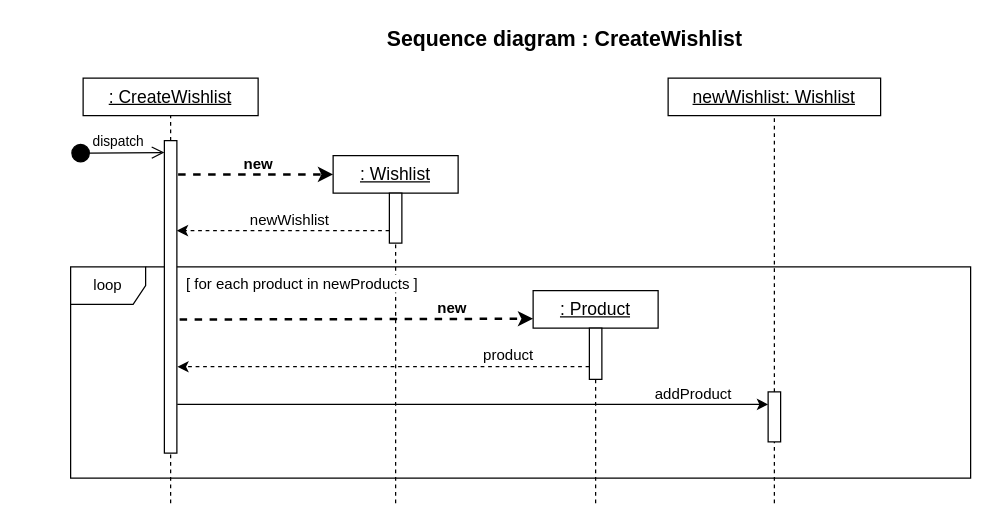
NNepper/LSINF1225-2020-GroupeL1.1-WishList keeps this draw.io diagram as Diagrammes/SequenceDiagrams/createWishlist.drawio. Above is the earlier version. Source tidied: cells renumbered, new cells numbered last; positions are measured from the earlier drawing's top-left corner, leaving out a move shared by most shapes. Both pictures are drawn from the tidied source at 125%, with x=0, y=0 at pixel (70, 21).
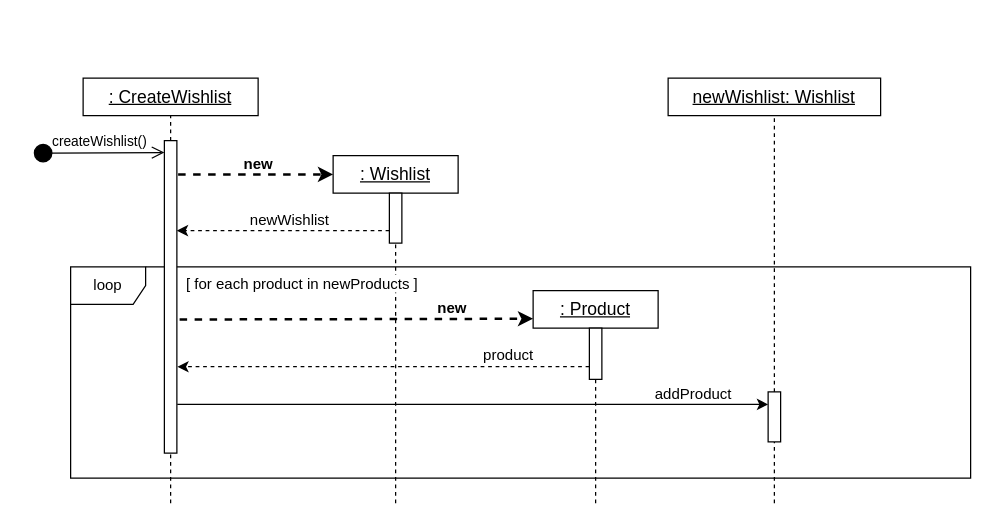
The same diagram, later.

Commit message (it also covers changes not shown here):
Changement des dispatch

Unchanged cells that the change refers to:
```xml
<mxCell id="6" style="rounded=0;whiteSpace=wrap;html=1;fontSize=17;" parent="1" vertex="1">
  <mxGeometry x="75" y="95" width="10" height="250" as="geometry" />
</mxCell>
```

Change to the diagram source:
```diff
@@
-    <mxCell id="3" value="Sequence diagram : CreateWishlist" style="text;html=1;align=center;verticalAlign=middle;fontStyle=1;fontSize=17;" parent="1" vertex="1">
-      <mxGeometry x="245" width="300" height="30" as="geometry" />
-    </mxCell>
@@
-    <mxCell id="27" value="dispatch" style="html=1;verticalAlign=bottom;startArrow=circle;startFill=1;endArrow=open;startSize=6;endSize=8;entryX=0;entryY=0.038;entryDx=0;entryDy=0;entryPerimeter=0;" parent="1" edge="1" target="6">
+    <mxCell id="27" value="createWishlist()" style="html=1;verticalAlign=bottom;startArrow=circle;startFill=1;endArrow=open;startSize=6;endSize=8;entryX=0;entryY=0.038;entryDx=0;entryDy=0;entryPerimeter=0;" parent="1" edge="1" target="6">
       <mxGeometry relative="1" as="geometry">
-        <mxPoint y="105" as="sourcePoint" />
+        <mxPoint x="-30" y="105" as="sourcePoint" />
       </mxGeometry>
     </mxCell>
```
